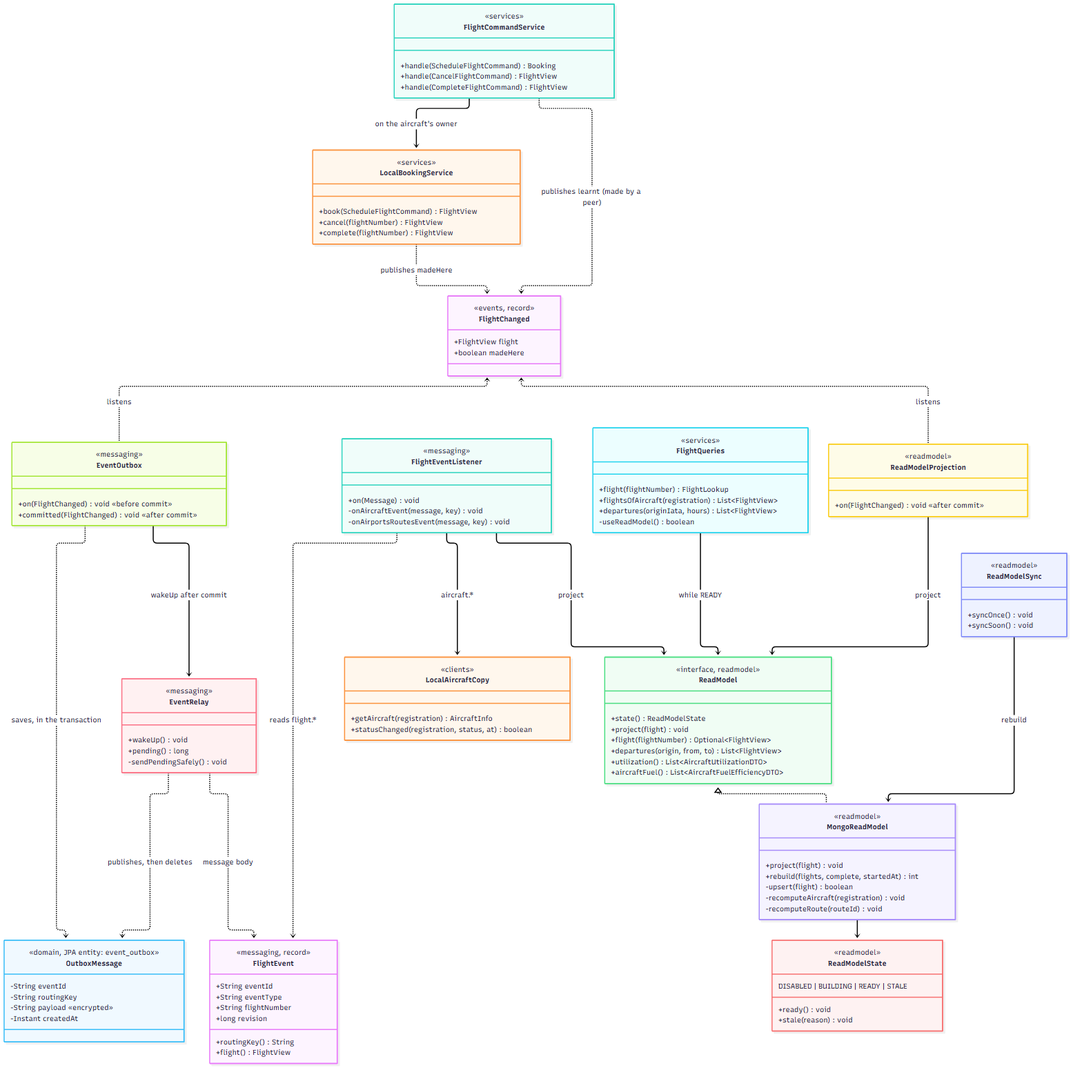
Earlier version of the Mermaid export docs/c4/4b-code-events.png (ImJay1527/flight-operations-service). Its source is kept beside it as docs/c4/4b-code-events.mmd. Its diagram source:
```mermaid
classDiagram
    direction TB

    class FlightChanged {
        <<events, record>>
        +FlightView flight
        +boolean madeHere
    }
    class FlightCommandService {
        <<services>>
        +handle(ScheduleFlightCommand) Booking
        +handle(CancelFlightCommand) FlightView
        +handle(CompleteFlightCommand) FlightView
    }
    class LocalBookingService {
        <<services>>
        +book(ScheduleFlightCommand) FlightView
        +cancel(flightNumber) FlightView
        +complete(flightNumber) FlightView
    }
    class FlightQueries {
        <<services>>
        +flight(flightNumber) FlightLookup
        +flightsOfAircraft(registration) List~FlightView~
        +departures(originIata, hours) List~FlightView~
        -useReadModel() boolean
    }
    class ReadModel {
        <<interface, readmodel>>
        +state() ReadModelState
        +project(flight) void
        +flight(flightNumber) Optional~FlightView~
        +departures(origin, from, to) List~FlightView~
        +utilization() List~AircraftUtilizationDTO~
        +aircraftFuel() List~AircraftFuelEfficiencyDTO~
    }
    class MongoReadModel {
        <<readmodel>>
        +project(flight) void
        +rebuild(flights, complete, startedAt) int
        -upsert(flight) boolean
        -recomputeAircraft(registration) void
        -recomputeRoute(routeId) void
    }
    class ReadModelState {
        <<readmodel>>
        DISABLED | BUILDING | READY | STALE
        +ready() void
        +stale(reason) void
    }
    class ReadModelProjection {
        <<readmodel>>
        +on(FlightChanged) void «after commit»
    }
    class ReadModelSync {
        <<readmodel>>
        +syncOnce() void
        +syncSoon() void
    }
    class EventOutbox {
        <<messaging>>
        +on(FlightChanged) void «before commit»
        +committed(FlightChanged) void «after commit»
    }
    class OutboxMessage {
        <<domain, JPA entity: event_outbox>>
        -String eventId
        -String routingKey
        -String payload «encrypted»
        -Instant createdAt
    }
    class EventRelay {
        <<messaging>>
        +wakeUp() void
        +pending() long
        -sendPendingSafely() void
    }
    class FlightEvent {
        <<messaging, record>>
        +String eventId
        +String eventType
        +String flightNumber
        +long revision
        +routingKey() String
        +flight() FlightView
    }
    class FlightEventListener {
        <<messaging>>
        +on(Message) void
        -onAircraftEvent(message, key) void
        -onAirportsRoutesEvent(message, key) void
    }
    class LocalAircraftCopy {
        <<clients>>
        +getAircraft(registration) AircraftInfo
        +statusChanged(registration, status, at) boolean
    }

    FlightCommandService --> LocalBookingService : on the aircraft's owner
    LocalBookingService ..> FlightChanged : publishes madeHere
    FlightCommandService ..> FlightChanged : publishes learnt (made by a peer)
    FlightChanged <.. ReadModelProjection : listens
    FlightChanged <.. EventOutbox : listens
    ReadModelProjection --> ReadModel : project
    FlightQueries --> ReadModel : while READY
    ReadModel <|.. MongoReadModel
    MongoReadModel --> ReadModelState
    ReadModelSync --> MongoReadModel : rebuild
    EventOutbox ..> OutboxMessage : saves, in the transaction
    EventOutbox --> EventRelay : wakeUp after commit
    EventRelay ..> OutboxMessage : publishes, then deletes
    EventRelay ..> FlightEvent : message body
    FlightEventListener ..> FlightEvent : reads flight.*
    FlightEventListener --> ReadModel : project
    FlightEventListener --> LocalAircraftCopy : aircraft.*
```
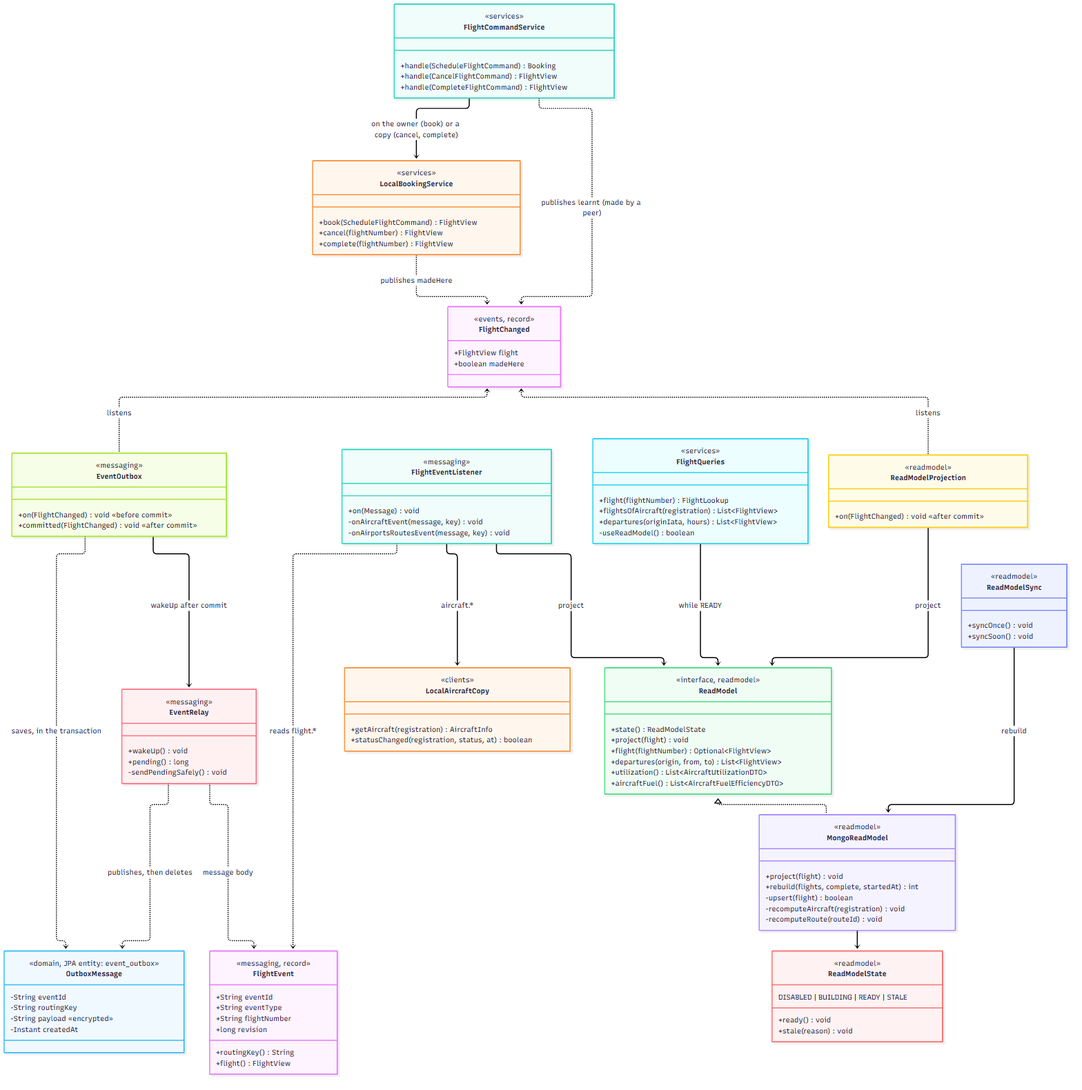
The same file after the commit.

Commit message:
Cancel and complete in the C4 views, A2 screenshots, folder 17 waits for the projection

Change to the diagram source:
```diff
@@ -96,7 +96,7 @@
         +statusChanged(registration, status, at) boolean
     }
 
-    FlightCommandService --> LocalBookingService : on the aircraft's owner
+    FlightCommandService --> LocalBookingService : on the owner (book) or a copy (cancel, complete)
     LocalBookingService ..> FlightChanged : publishes madeHere
     FlightCommandService ..> FlightChanged : publishes learnt (made by a peer)
     FlightChanged <.. ReadModelProjection : listens
```
